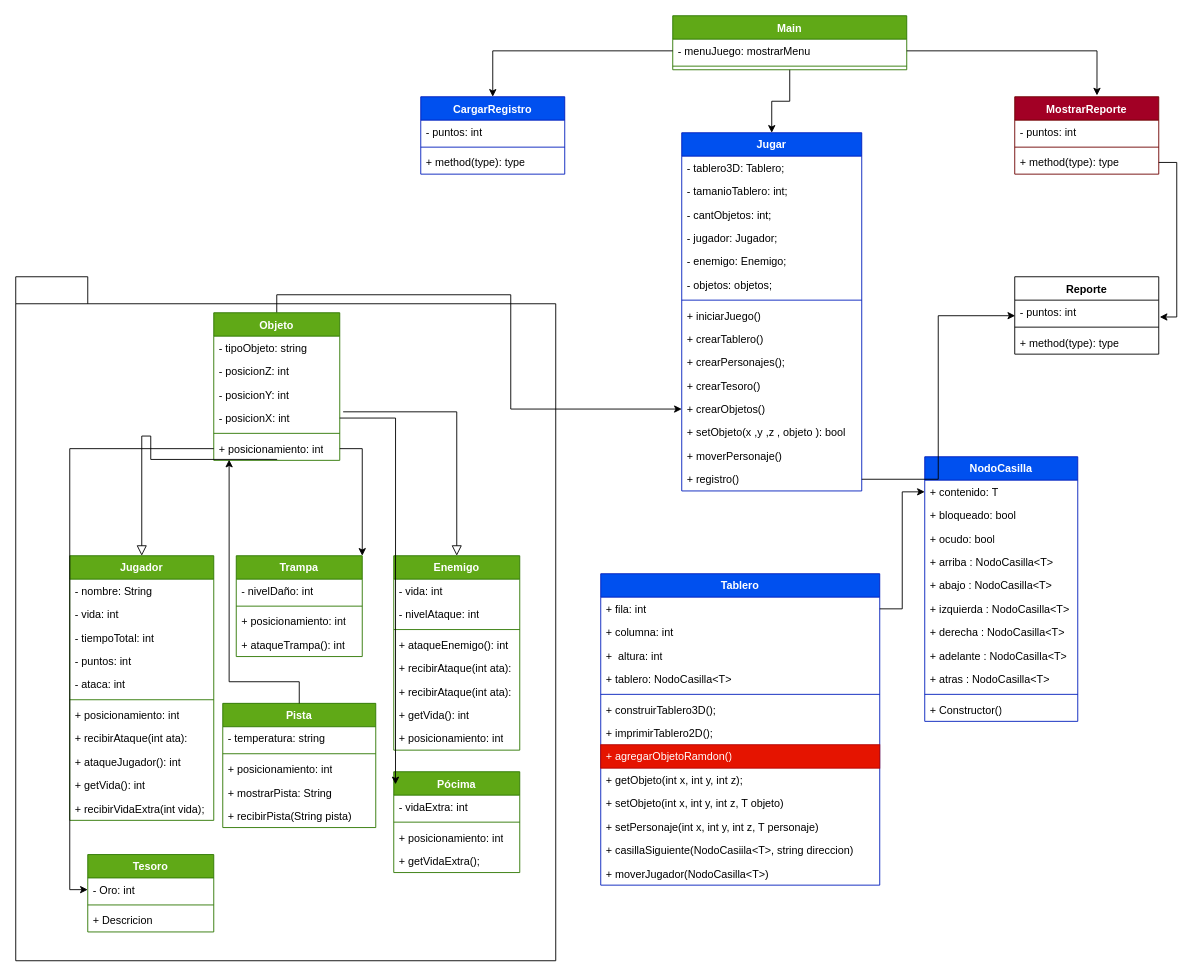
Earlier version of the draw.io diagram doc/EDD1.drawio (Cruz-Zapil/Proyecto1_EDD). Source tidied: cells renumbered, new cells numbered last; positions are measured from the earlier drawing's top-left corner, leaving out a move shared by most shapes. Both pictures are drawn from the tidied source at 90%, with x=0, y=0 at pixel (15, 15).
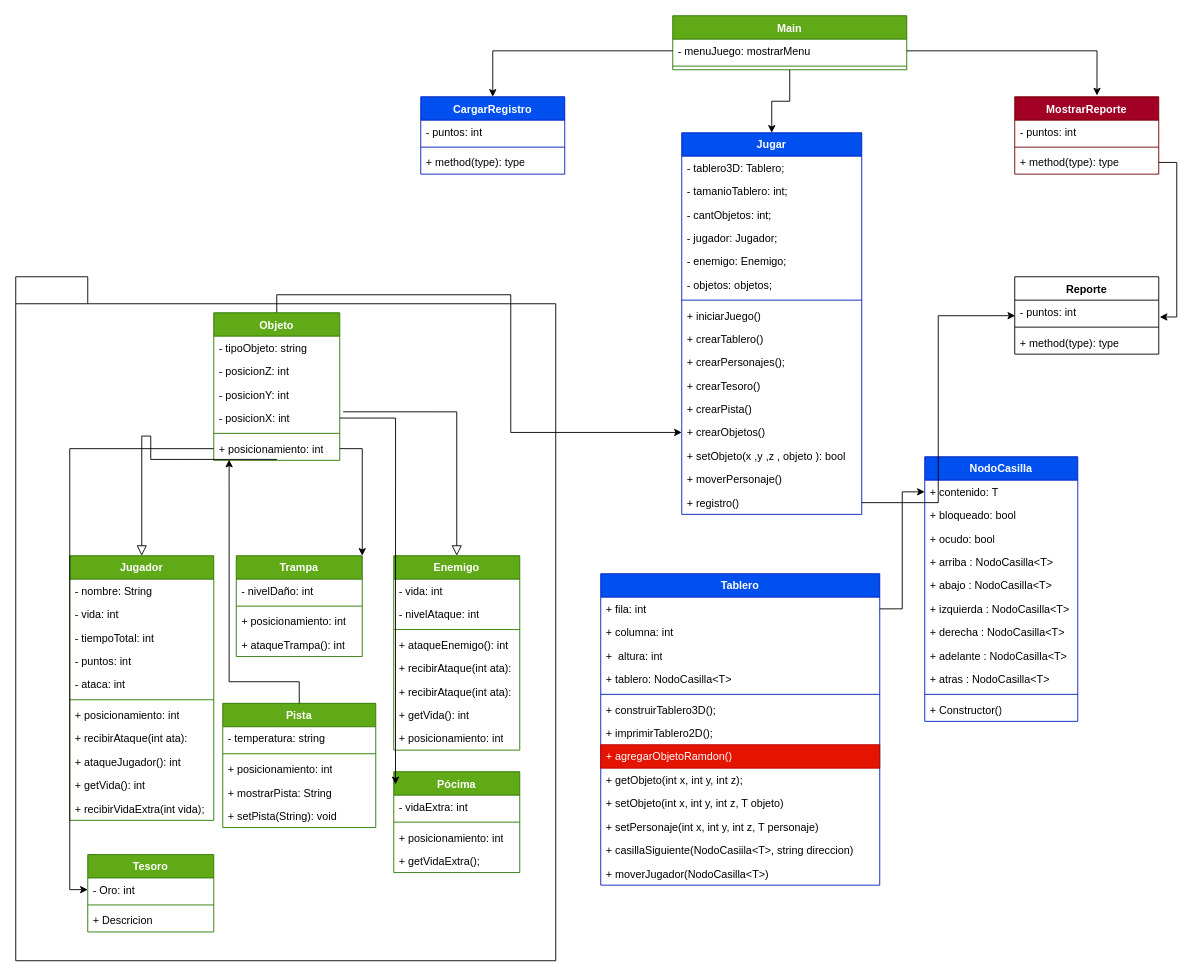
The same diagram, later.

Unchanged cells that the change refers to:
```xml
<mxCell id="85" value="Pista" style="swimlane;fontStyle=1;align=center;verticalAlign=top;horizontal=1;startSize=26;whiteSpace=wrap;html=1;fillColor=#60a917;fontColor=#ffffff;strokeColor=#2D7600;" parent="1" vertex="1">
  <mxGeometry x="230" y="764" width="170" height="138" as="geometry" />
</mxCell>
```

Diff of the diagram source:
```diff
@@
     <mxCell id="6" value="Jugar" style="swimlane;fontStyle=1;align=center;verticalAlign=top;horizontal=1;startSize=26;whiteSpace=wrap;html=1;fillColor=#0050ef;fontColor=#ffffff;strokeColor=#001DBC;" parent="1" vertex="1">
-      <mxGeometry x="740" y="130" width="200" height="398" as="geometry" />
+      <mxGeometry x="740" y="130" width="200" height="424" as="geometry" />
     </mxCell>
@@
+    <mxCell id="121" value="+ crearTesoro()" style="text;strokeColor=none;fillColor=none;align=left;verticalAlign=top;spacingLeft=4;spacingRight=4;overflow=hidden;whiteSpace=wrap;html=1;" parent="6" vertex="1">
+      <mxGeometry y="268" width="200" height="26" as="geometry" />
+    </mxCell>
-    <mxCell id="17" value="+ crearTesoro()" style="text;strokeColor=none;fillColor=none;align=left;verticalAlign=top;spacingLeft=4;spacingRight=4;overflow=hidden;whiteSpace=wrap;html=1;" parent="6" vertex="1">
-      <mxGeometry y="268" width="200" height="26" as="geometry" />
+    <mxCell id="17" value="+ crearPista()" style="text;strokeColor=none;fillColor=none;align=left;verticalAlign=top;spacingLeft=4;spacingRight=4;overflow=hidden;whiteSpace=wrap;html=1;" parent="6" vertex="1">
+      <mxGeometry y="294" width="200" height="26" as="geometry" />
     </mxCell>
     <mxCell id="18" value="+ crearObjetos()" style="text;strokeColor=none;fillColor=none;align=left;verticalAlign=top;spacingLeft=4;spacingRight=4;overflow=hidden;points=[[0,0.5],[1,0.5]];portConstraint=eastwest;whiteSpace=wrap;html=1;" parent="6" vertex="1">
-      <mxGeometry y="294" width="200" height="26" as="geometry" />
+      <mxGeometry y="320" width="200" height="26" as="geometry" />
     </mxCell>
     <mxCell id="19" value="+ setObjeto(x ,y ,z , objeto ): bool" style="text;strokeColor=none;fillColor=none;align=left;verticalAlign=top;spacingLeft=4;spacingRight=4;overflow=hidden;whiteSpace=wrap;html=1;" parent="6" vertex="1">
-      <mxGeometry y="320" width="200" height="26" as="geometry" />
+      <mxGeometry y="346" width="200" height="26" as="geometry" />
     </mxCell>
     <mxCell id="20" value="+ moverPersonaje()" style="text;strokeColor=none;fillColor=none;align=left;verticalAlign=top;spacingLeft=4;spacingRight=4;overflow=hidden;whiteSpace=wrap;html=1;" parent="6" vertex="1">
-      <mxGeometry y="346" width="200" height="26" as="geometry" />
+      <mxGeometry y="372" width="200" height="26" as="geometry" />
     </mxCell>
     <mxCell id="21" value="+ registro()" style="text;strokeColor=none;fillColor=none;align=left;verticalAlign=top;spacingLeft=4;spacingRight=4;overflow=hidden;points=[[0,0.5],[1,0.5]];portConstraint=eastwest;whiteSpace=wrap;html=1;" parent="6" vertex="1">
-      <mxGeometry y="372" width="200" height="26" as="geometry" />
+      <mxGeometry y="398" width="200" height="26" as="geometry" />
     </mxCell>
@@
-    <mxCell id="90" value="+ recibirPista(String pista)" style="text;strokeColor=none;fillColor=none;align=left;verticalAlign=top;spacingLeft=4;spacingRight=4;overflow=hidden;whiteSpace=wrap;html=1;" parent="85" vertex="1">
+    <mxCell id="90" value="+ setPista(String): void" style="text;strokeColor=none;fillColor=none;align=left;verticalAlign=top;spacingLeft=4;spacingRight=4;overflow=hidden;whiteSpace=wrap;html=1;" parent="85" vertex="1">
       <mxGeometry y="112" width="170" height="26" as="geometry" />
     </mxCell>
```
